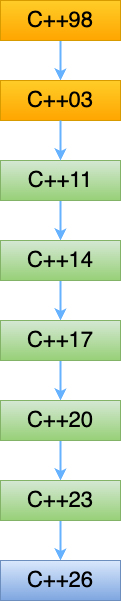
Earlier version of the draw.io export docs/pictures/history/cpp_version_history.drawio.png (gammasoft71/cpp_modern_course). Source tidied: cells renumbered, new cells last; positions are measured from the earlier drawing's top-left corner, leaving out a move shared by most shapes. The source it was exported from:
```xml
<mxGraphModel>
  <root>
    <mxCell id="0" />
    <mxCell id="1" parent="0" />
    <mxCell id="2" style="edgeStyle=orthogonalEdgeStyle;rounded=0;jettySize=auto;html=1;exitX=0.5;exitY=1;exitDx=0;exitDy=0;entryX=0.5;entryY=0;entryDx=0;entryDy=0;strokeColor=#66B2FF;strokeWidth=2;" parent="1" edge="1" source="3" target="15">
      <mxGeometry relative="1" as="geometry" />
    </mxCell>
    <mxCell id="3" value="C++98" style="rounded=0;whiteSpace=wrap;html=1;fontSize=22;fillColor=#ffcd28;gradientColor=#ffa500;strokeColor=#d79b00;fontColor=#000000;" parent="1" vertex="1">
      <mxGeometry width="120" height="40" as="geometry" />
    </mxCell>
    <mxCell id="4" style="edgeStyle=orthogonalEdgeStyle;rounded=0;jettySize=auto;html=1;exitX=0.5;exitY=1;exitDx=0;exitDy=0;entryX=0.5;entryY=0;entryDx=0;entryDy=0;strokeColor=#66B2FF;strokeWidth=2;" parent="1" edge="1" source="5" target="7">
      <mxGeometry relative="1" as="geometry" />
    </mxCell>
    <mxCell id="5" value="C++11" style="rounded=0;whiteSpace=wrap;html=1;fontSize=22;fillColor=#d5e8d4;gradientColor=#97d077;strokeColor=#82b366;fontColor=#000000;" parent="1" vertex="1">
      <mxGeometry y="160" width="120" height="40" as="geometry" />
    </mxCell>
    <mxCell id="6" style="edgeStyle=orthogonalEdgeStyle;rounded=0;jettySize=auto;html=1;exitX=0.5;exitY=1;exitDx=0;exitDy=0;entryX=0.5;entryY=0;entryDx=0;entryDy=0;strokeColor=#66B2FF;strokeWidth=2;" parent="1" edge="1" source="7" target="9">
      <mxGeometry relative="1" as="geometry" />
    </mxCell>
    <mxCell id="7" value="C++14" style="rounded=0;whiteSpace=wrap;html=1;fontSize=22;fillColor=#d5e8d4;gradientColor=#97d077;strokeColor=#82b366;fontColor=#000000;" parent="1" vertex="1">
      <mxGeometry y="240" width="120" height="40" as="geometry" />
    </mxCell>
    <mxCell id="8" style="edgeStyle=orthogonalEdgeStyle;rounded=0;jettySize=auto;html=1;exitX=0.5;exitY=1;exitDx=0;exitDy=0;entryX=0.5;entryY=0;entryDx=0;entryDy=0;strokeColor=#66B2FF;strokeWidth=2;" parent="1" edge="1" source="9" target="11">
      <mxGeometry relative="1" as="geometry" />
    </mxCell>
    <mxCell id="9" value="C++17" style="rounded=0;whiteSpace=wrap;html=1;fontSize=22;fillColor=#d5e8d4;gradientColor=#97d077;strokeColor=#82b366;fontColor=#000000;" parent="1" vertex="1">
      <mxGeometry y="320" width="120" height="40" as="geometry" />
    </mxCell>
    <mxCell id="10" style="edgeStyle=orthogonalEdgeStyle;rounded=0;jettySize=auto;html=1;exitX=0.5;exitY=1;exitDx=0;exitDy=0;entryX=0.5;entryY=0;entryDx=0;entryDy=0;strokeColor=#66B2FF;strokeWidth=2;" parent="1" edge="1" source="11" target="13">
      <mxGeometry relative="1" as="geometry" />
    </mxCell>
    <mxCell id="11" value="C++20" style="rounded=0;whiteSpace=wrap;html=1;fontSize=22;fillColor=#d5e8d4;gradientColor=#97d077;strokeColor=#82b366;fontColor=#000000;" parent="1" vertex="1">
      <mxGeometry y="400" width="120" height="40" as="geometry" />
    </mxCell>
    <mxCell id="12" style="edgeStyle=orthogonalEdgeStyle;rounded=0;jettySize=auto;html=1;exitX=0.5;exitY=1;exitDx=0;exitDy=0;entryX=0.5;entryY=0;entryDx=0;entryDy=0;strokeColor=#66B2FF;strokeWidth=2;" parent="1" edge="1" source="13" target="14">
      <mxGeometry relative="1" as="geometry" />
    </mxCell>
    <mxCell id="13" value="C++23" style="rounded=0;whiteSpace=wrap;html=1;fontSize=22;fillColor=#d5e8d4;gradientColor=#97d077;strokeColor=#82b366;fontColor=#000000;" parent="1" vertex="1">
      <mxGeometry y="480" width="120" height="40" as="geometry" />
    </mxCell>
    <mxCell id="14" value="C++26" style="rounded=0;whiteSpace=wrap;html=1;fontSize=22;fillColor=#dae8fc;gradientColor=#7ea6e0;strokeColor=#6c8ebf;fontColor=#000000;" parent="1" vertex="1">
      <mxGeometry y="560" width="120" height="40" as="geometry" />
    </mxCell>
    <mxCell id="15" value="C++03" style="rounded=0;whiteSpace=wrap;html=1;fontSize=22;fillColor=#ffcd28;gradientColor=#ffa500;strokeColor=#d79b00;fontColor=#000000;" parent="1" vertex="1">
      <mxGeometry y="80" width="120" height="40" as="geometry" />
    </mxCell>
    <mxCell id="16" style="edgeStyle=orthogonalEdgeStyle;rounded=0;jettySize=auto;html=1;entryX=0.5;entryY=0;entryDx=0;entryDy=0;strokeColor=#66B2FF;strokeWidth=2;exitX=0.5;exitY=1;exitDx=0;exitDy=0;" parent="1" edge="1" source="15" target="5">
      <mxGeometry relative="1" as="geometry" />
    </mxCell>
  </root>
</mxGraphModel>
```
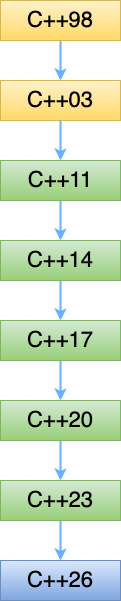
After the change.

Diff of the diagram source:
```diff
@@ -5,7 +5,7 @@
     <mxCell id="2" style="edgeStyle=orthogonalEdgeStyle;rounded=0;jettySize=auto;html=1;exitX=0.5;exitY=1;exitDx=0;exitDy=0;entryX=0.5;entryY=0;entryDx=0;entryDy=0;strokeColor=#66B2FF;strokeWidth=2;" parent="1" edge="1" source="3" target="15">
       <mxGeometry relative="1" as="geometry" />
     </mxCell>
-    <mxCell id="3" value="C++98" style="rounded=0;whiteSpace=wrap;html=1;fontSize=22;fillColor=#ffcd28;gradientColor=#ffa500;strokeColor=#d79b00;fontColor=#000000;" parent="1" vertex="1">
+    <mxCell id="3" value="C++98" style="rounded=0;whiteSpace=wrap;html=1;fontSize=22;fillColor=#fff2cc;gradientColor=#ffd966;strokeColor=#d6b656;fontColor=#000000;" parent="1" vertex="1">
       <mxGeometry width="120" height="40" as="geometry" />
     </mxCell>
     <mxCell id="4" style="edgeStyle=orthogonalEdgeStyle;rounded=0;jettySize=auto;html=1;exitX=0.5;exitY=1;exitDx=0;exitDy=0;entryX=0.5;entryY=0;entryDx=0;entryDy=0;strokeColor=#66B2FF;strokeWidth=2;" parent="1" edge="1" source="5" target="7">
@@ -41,7 +41,7 @@
     <mxCell id="14" value="C++26" style="rounded=0;whiteSpace=wrap;html=1;fontSize=22;fillColor=#dae8fc;gradientColor=#7ea6e0;strokeColor=#6c8ebf;fontColor=#000000;" parent="1" vertex="1">
       <mxGeometry y="560" width="120" height="40" as="geometry" />
     </mxCell>
-    <mxCell id="15" value="C++03" style="rounded=0;whiteSpace=wrap;html=1;fontSize=22;fillColor=#ffcd28;gradientColor=#ffa500;strokeColor=#d79b00;fontColor=#000000;" parent="1" vertex="1">
+    <mxCell id="15" value="C++03" style="rounded=0;whiteSpace=wrap;html=1;fontSize=22;fillColor=#fff2cc;gradientColor=#ffd966;strokeColor=#d6b656;fontColor=#000000;" parent="1" vertex="1">
       <mxGeometry y="80" width="120" height="40" as="geometry" />
     </mxCell>
     <mxCell id="16" style="edgeStyle=orthogonalEdgeStyle;rounded=0;jettySize=auto;html=1;entryX=0.5;entryY=0;entryDx=0;entryDy=0;strokeColor=#66B2FF;strokeWidth=2;exitX=0.5;exitY=1;exitDx=0;exitDy=0;" parent="1" edge="1" source="15" target="5">
```
